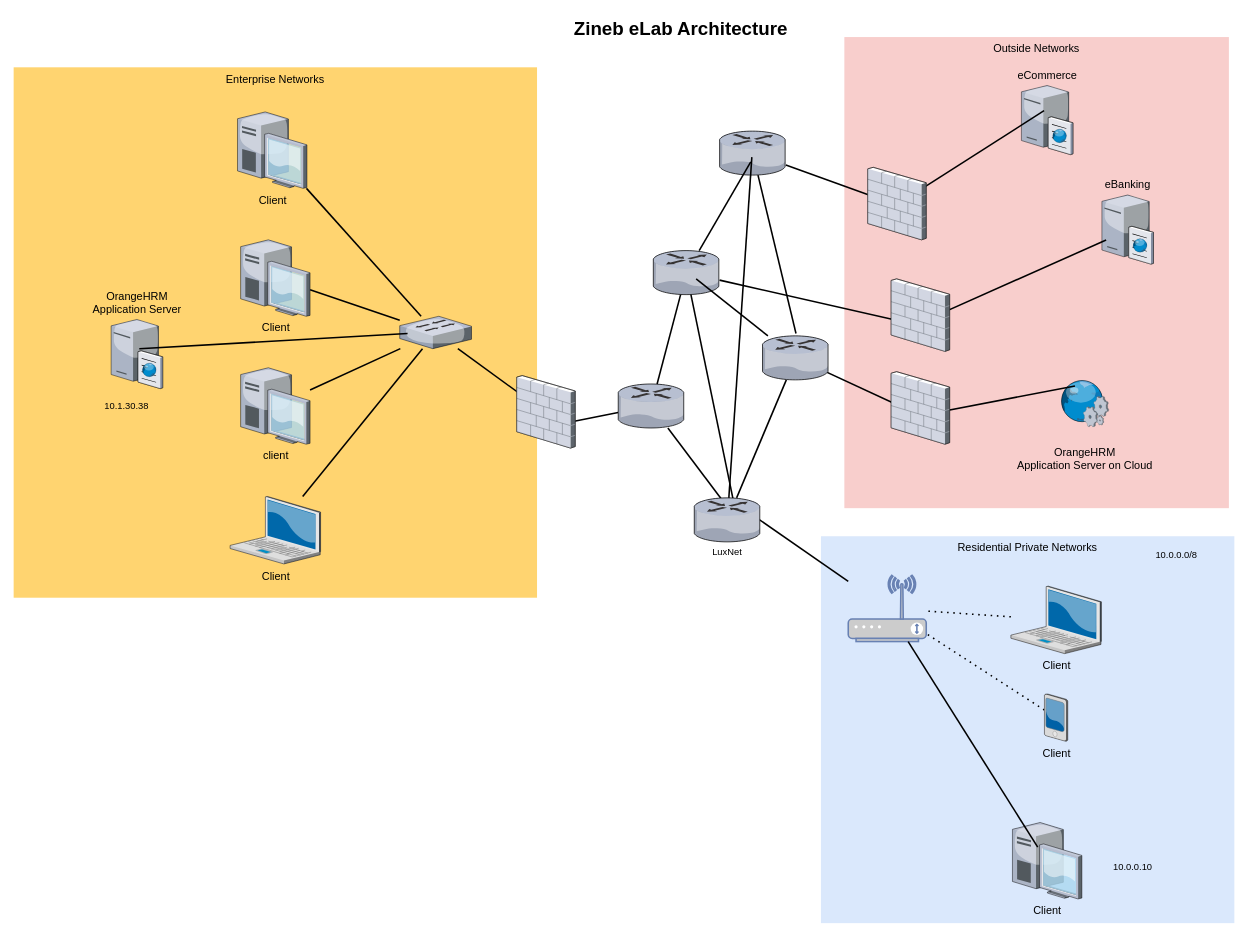
The draw.io diagram page "Page-1" (1 of 2) of Zineb_E_IT_Essentials.drawio in infocidc/7AX73-CloudComputing, before the edit. Source tidied: cells renumbered, new cells numbered last; positions are measured from the earlier drawing's top-left corner, leaving out a move shared by most shapes. Both pictures are drawn from the tidied source at 78%, with x=0, y=0 at pixel (13, 13).
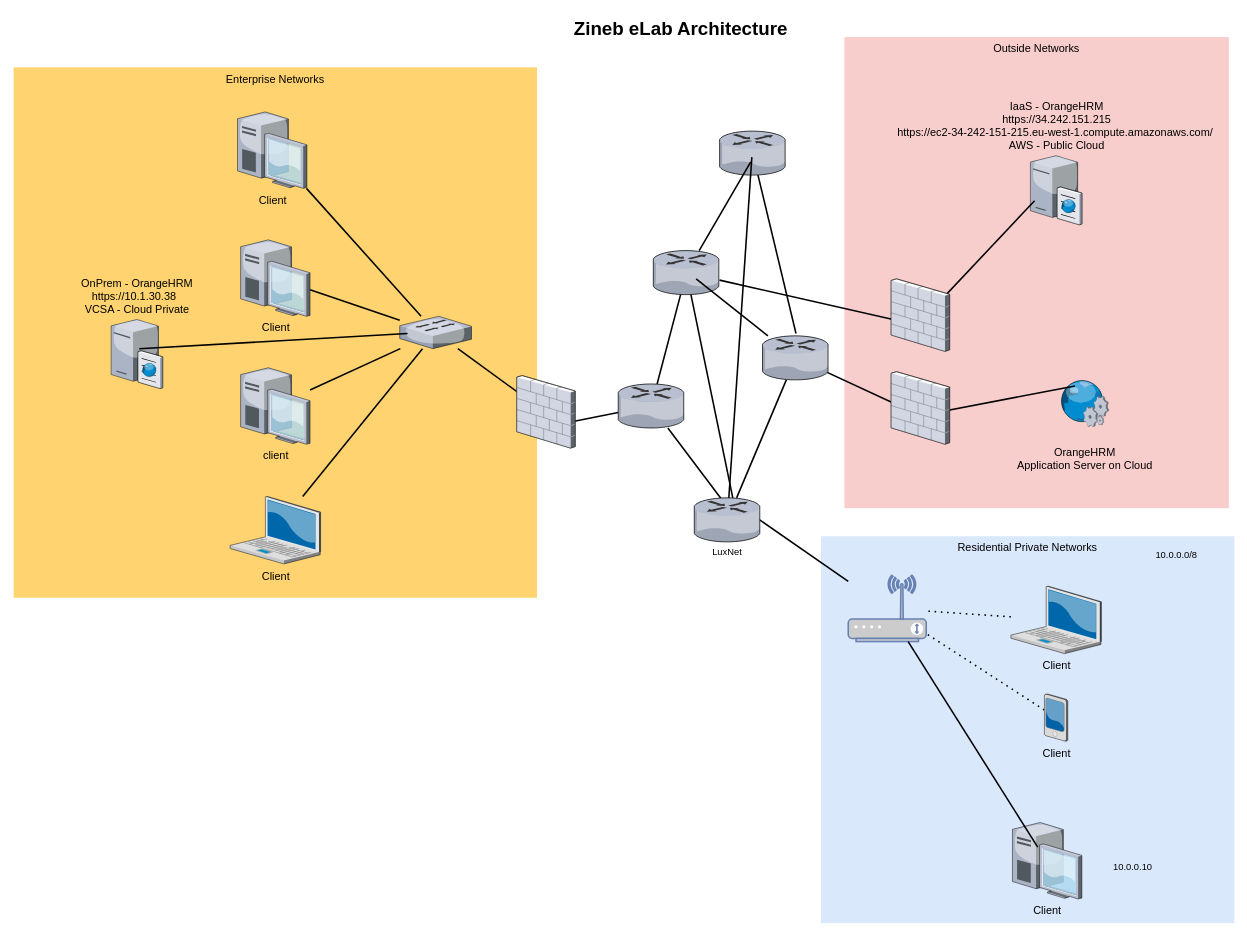
Above is the later version.

Unchanged cells that the change refers to:
```xml
<mxCell id="47" style="verticalLabelPosition=bottom;html=1;verticalAlign=top;strokeColor=none;shape=mxgraph.citrix.router;fillColor=#66B2FF;gradientColor=#0066CC;fontSize=14;" parent="1" vertex="1">
  <mxGeometry x="905" y="150.6" width="85" height="56.4" as="geometry" />
</mxCell>
```

Diff of the diagram source:
```diff
@@
-    <mxCell id="5" value="eCommerce" style="verticalLabelPosition=top;html=1;verticalAlign=bottom;strokeColor=none;shape=mxgraph.citrix.cache_server;fillColor=#66B2FF;gradientColor=#0066CC;fontSize=14;labelPosition=center;align=center;" parent="1" vertex="1">
-      <mxGeometry x="1292" y="90" width="66" height="90.6" as="geometry" />
-    </mxCell>
@@
-    <mxCell id="15" style="edgeStyle=none;rounded=0;html=1;startSize=10;endSize=10;jettySize=auto;fontSize=14;endArrow=none;endFill=0;strokeWidth=2;entryX=0.471;entryY=0.512;entryDx=0;entryDy=0;entryPerimeter=0;" parent="1" edge="1" source="47" target="29">
-      <mxGeometry relative="1" as="geometry" />
-    </mxCell>
@@
-    <mxCell id="22" value="eBanking" style="verticalLabelPosition=top;html=1;verticalAlign=bottom;strokeColor=none;shape=mxgraph.citrix.cache_server;fillColor=#66B2FF;gradientColor=#0066CC;fontSize=14;labelPosition=center;align=center;" parent="1" vertex="1">
-      <mxGeometry x="1395.2" y="230.4" width="66" height="90.6" as="geometry" />
+    <mxCell id="22" value="IaaS - OrangeHRM&lt;br&gt;https://34.242.151.215&lt;br&gt;https://ec2-34-242-151-215.eu-west-1.compute.amazonaws.com/&amp;nbsp;&lt;br&gt;AWS - Public Cloud" style="verticalLabelPosition=top;html=1;verticalAlign=bottom;strokeColor=none;shape=mxgraph.citrix.cache_server;fillColor=#66B2FF;gradientColor=#0066CC;fontSize=14;labelPosition=center;align=center;" parent="1" vertex="1">
+      <mxGeometry x="1303.5" y="180" width="66" height="90.6" as="geometry" />
     </mxCell>
@@
-    <mxCell id="26" style="edgeStyle=none;rounded=0;html=1;startSize=10;endSize=10;jettySize=auto;fontSize=14;endArrow=none;endFill=0;strokeWidth=2;exitX=0.787;exitY=0.365;exitDx=0;exitDy=0;exitPerimeter=0;entryX=0.44;entryY=0.38;entryDx=0;entryDy=0;entryPerimeter=0;" parent="1" edge="1" source="29" target="5">
-      <mxGeometry relative="1" as="geometry" />
-    </mxCell>
@@
-    <mxCell id="29" style="verticalLabelPosition=bottom;html=1;verticalAlign=top;strokeColor=none;shape=mxgraph.citrix.firewall;fillColor=#66B2FF;gradientColor=#0066CC;fontSize=14;" parent="1" vertex="1">
-      <mxGeometry x="1095" y="197" width="75" height="93" as="geometry" />
-    </mxCell>
@@
-    <mxCell id="44" value="&lt;br&gt;OrangeHRM &lt;br&gt;Application Server" style="verticalLabelPosition=top;html=1;verticalAlign=bottom;strokeColor=none;shape=mxgraph.citrix.cache_server;fillColor=#66B2FF;gradientColor=#0066CC;fontSize=14;labelPosition=center;align=center;" parent="1" vertex="1">
+    <mxCell id="44" value="&lt;br&gt;OnPrem - OrangeHRM&lt;div&gt;https://10.1.30.38&amp;nbsp;&amp;nbsp;&lt;br&gt;VCSA - Cloud Private&lt;/div&gt;" style="verticalLabelPosition=top;html=1;verticalAlign=bottom;strokeColor=none;shape=mxgraph.citrix.cache_server;fillColor=#66B2FF;gradientColor=#0066CC;fontSize=14;labelPosition=center;align=center;" parent="1" vertex="1">
       <mxGeometry x="125" y="390" width="66" height="90.6" as="geometry" />
     </mxCell>
@@
-    <mxCell id="54" value="10.1.30.38" style="text;html=1;align=center;verticalAlign=middle;whiteSpace=wrap;rounded=0;" parent="1" vertex="1">
-      <mxGeometry x="115" y="488" width="60" height="30" as="geometry" />
-    </mxCell>
```
